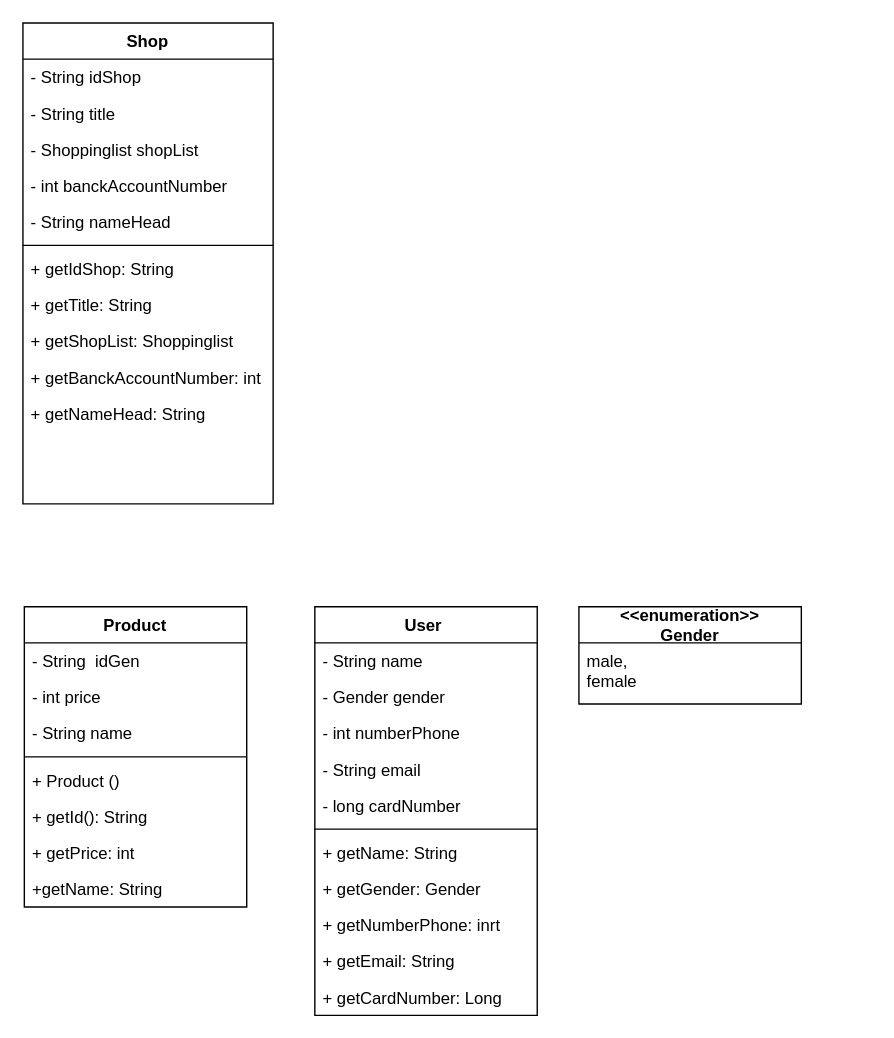
Above: Marketplace (6).drawio in KuroTamashiAF/Software-architecture_HomeWork_5 (draw.io), before the change. Source tidied: cells renumbered, new cells numbered last; positions are measured from the earlier drawing's top-left corner, leaving out a move shared by most shapes. Both pictures are drawn from the tidied source at 139%, with x=0, y=0 at pixel (22, 22).
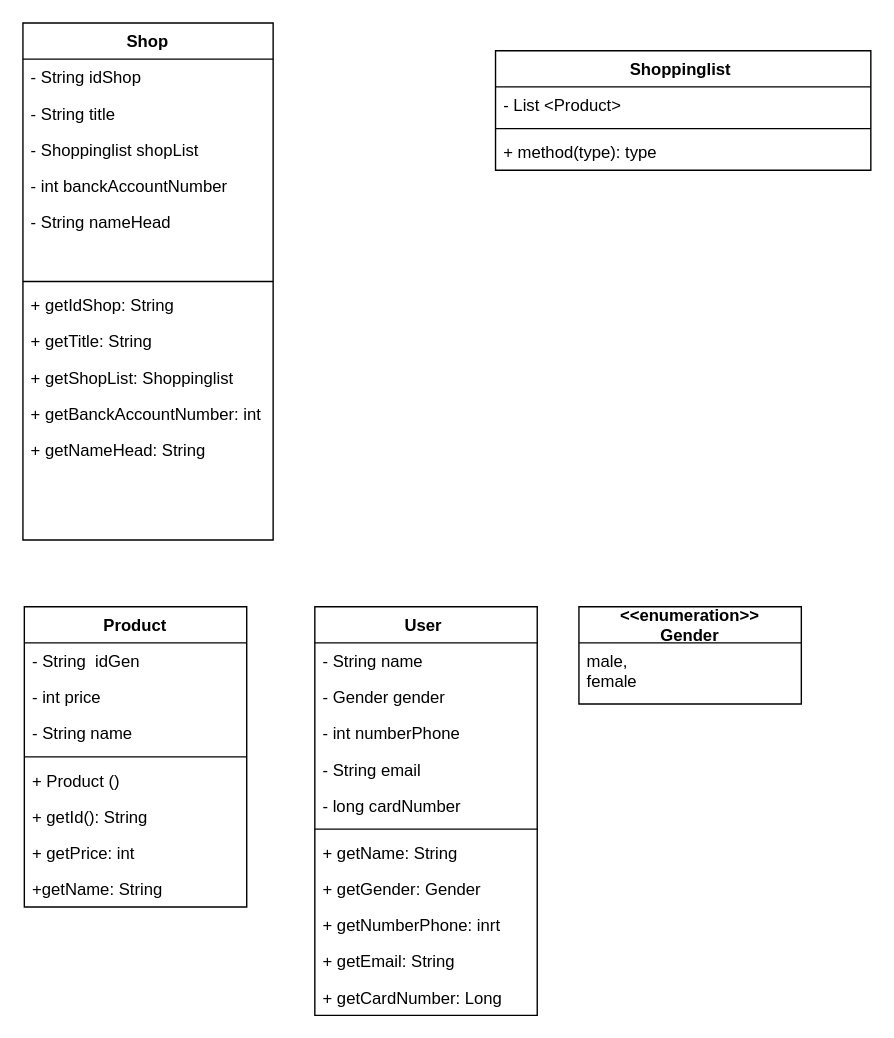
The same page after the edit.

Commit message:
need add constructor in clases

What changed in the source:
```diff
@@
     <mxCell id="25" value="Shop" style="swimlane;fontStyle=1;align=center;verticalAlign=top;horizontal=1;startSize=26;" parent="1" vertex="1">
-      <mxGeometry width="180" height="346" as="geometry" />
+      <mxGeometry width="180" height="372" as="geometry" />
     </mxCell>
@@
+    <mxCell id="39" style="text;strokeColor=none;fillColor=none;align=left;verticalAlign=top;spacingLeft=4;spacingRight=4;overflow=hidden;" parent="25" vertex="1">
+      <mxGeometry y="156" width="180" height="26" as="geometry" />
+    </mxCell>
     <mxCell id="31" style="line;strokeWidth=1;fillColor=none;align=left;verticalAlign=middle;spacingTop=-1;spacingLeft=3;spacingRight=3;labelPosition=right;strokeColor=inherit;" parent="25" vertex="1">
-      <mxGeometry y="156" width="180" height="8" as="geometry" />
+      <mxGeometry y="182" width="180" height="8" as="geometry" />
     </mxCell>
     <mxCell id="32" value="+ getIdShop: String" style="text;strokeColor=none;fillColor=none;align=left;verticalAlign=top;spacingLeft=4;spacingRight=4;overflow=hidden;" parent="25" vertex="1">
-      <mxGeometry y="164" width="180" height="26" as="geometry" />
+      <mxGeometry y="190" width="180" height="26" as="geometry" />
     </mxCell>
     <mxCell id="33" value="+ getTitle: String " style="text;strokeColor=none;fillColor=none;align=left;verticalAlign=top;spacingLeft=4;spacingRight=4;overflow=hidden;" parent="25" vertex="1">
-      <mxGeometry y="190" width="180" height="26" as="geometry" />
+      <mxGeometry y="216" width="180" height="26" as="geometry" />
     </mxCell>
     <mxCell id="34" value="+ getShopList: Shoppinglist &#10; " style="text;strokeColor=none;fillColor=none;align=left;verticalAlign=top;spacingLeft=4;spacingRight=4;overflow=hidden;" parent="25" vertex="1">
-      <mxGeometry y="216" width="180" height="26" as="geometry" />
+      <mxGeometry y="242" width="180" height="26" as="geometry" />
     </mxCell>
     <mxCell id="35" value="+ getBanckAccountNumber: int " style="text;strokeColor=none;fillColor=none;align=left;verticalAlign=top;spacingLeft=4;spacingRight=4;overflow=hidden;" parent="25" vertex="1">
-      <mxGeometry y="242" width="180" height="26" as="geometry" />
+      <mxGeometry y="268" width="180" height="26" as="geometry" />
     </mxCell>
     <mxCell id="36" value="+ getNameHead: String" style="text;strokeColor=none;fillColor=none;align=left;verticalAlign=top;spacingLeft=4;spacingRight=4;overflow=hidden;" parent="25" vertex="1">
-      <mxGeometry y="268" width="180" height="26" as="geometry" />
+      <mxGeometry y="294" width="180" height="26" as="geometry" />
     </mxCell>
     <mxCell id="37" style="text;strokeColor=none;fillColor=none;align=left;verticalAlign=top;spacingLeft=4;spacingRight=4;overflow=hidden;" parent="25" vertex="1">
-      <mxGeometry y="294" width="180" height="26" as="geometry" />
+      <mxGeometry y="320" width="180" height="26" as="geometry" />
     </mxCell>
     <mxCell id="38" style="text;strokeColor=none;fillColor=none;align=left;verticalAlign=top;spacingLeft=4;spacingRight=4;overflow=hidden;" parent="25" vertex="1">
-      <mxGeometry y="320" width="180" height="26" as="geometry" />
+      <mxGeometry y="346" width="180" height="26" as="geometry" />
     </mxCell>
+    <mxCell id="40" value="Shoppinglist " style="swimlane;fontStyle=1;align=center;verticalAlign=top;horizontal=1;startSize=26;" parent="1" vertex="1">
+      <mxGeometry x="340" y="20" width="270" height="86" as="geometry" />
+    </mxCell>
+    <mxCell id="41" value="- List &lt;Product&gt; " style="text;strokeColor=none;fillColor=none;align=left;verticalAlign=top;spacingLeft=4;spacingRight=4;overflow=hidden;" parent="40" vertex="1">
+      <mxGeometry y="26" width="270" height="26" as="geometry" />
+    </mxCell>
+    <mxCell id="42" style="line;strokeWidth=1;fillColor=none;align=left;verticalAlign=middle;spacingTop=-1;spacingLeft=3;spacingRight=3;labelPosition=right;strokeColor=inherit;" parent="40" vertex="1">
+      <mxGeometry y="52" width="270" height="8" as="geometry" />
+    </mxCell>
+    <mxCell id="43" value="+ method(type): type" style="text;strokeColor=none;fillColor=none;align=left;verticalAlign=top;spacingLeft=4;spacingRight=4;overflow=hidden;" parent="40" vertex="1">
+      <mxGeometry y="60" width="270" height="26" as="geometry" />
+    </mxCell>
```
